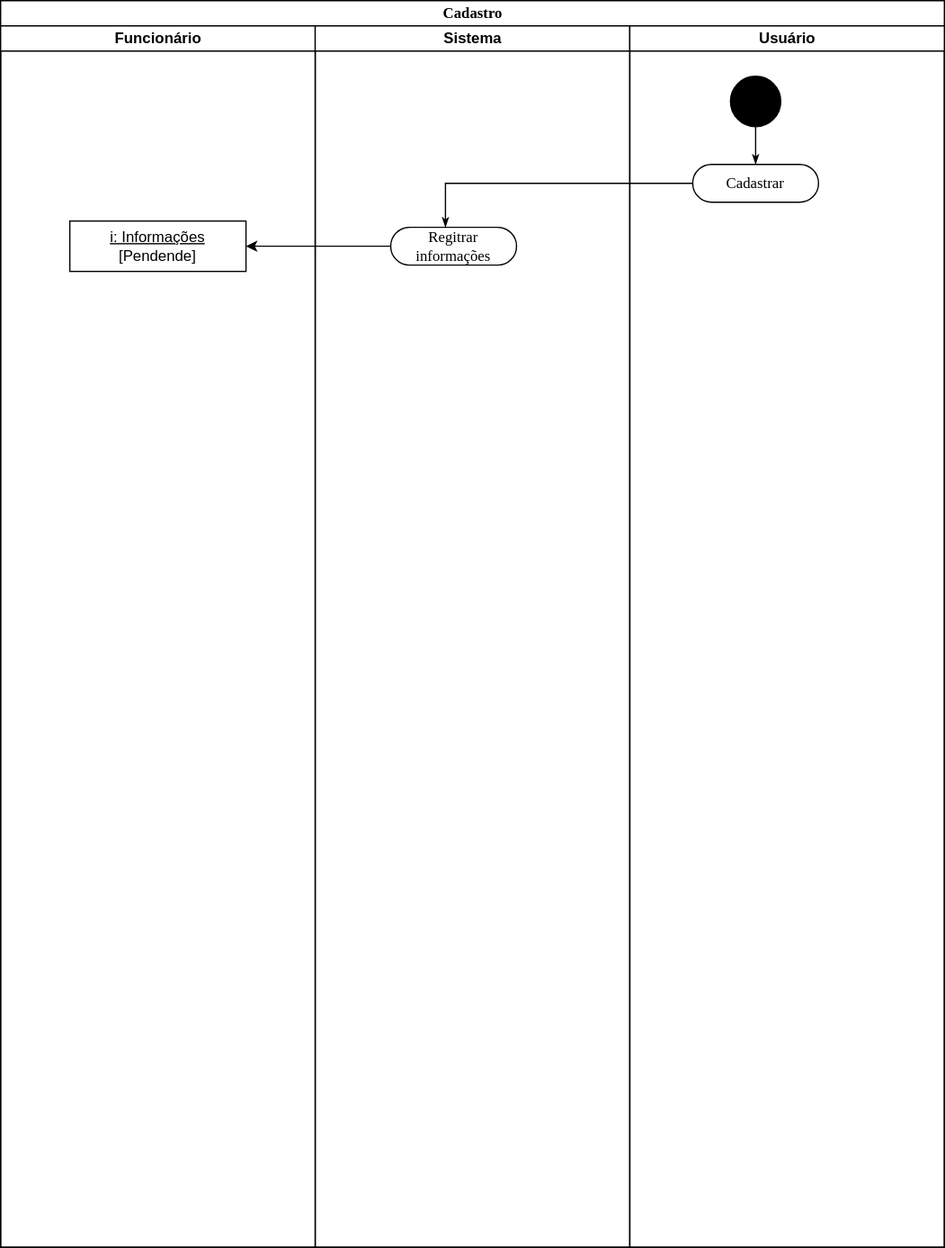
Above: Atividades/Atividade_1.svg in JesCat16/Projeto01_Modelagem_De_Software (draw.io), before the change. Source tidied: cells renumbered, new cells last; positions are measured from the earlier drawing's top-left corner, leaving out a move shared by most shapes.
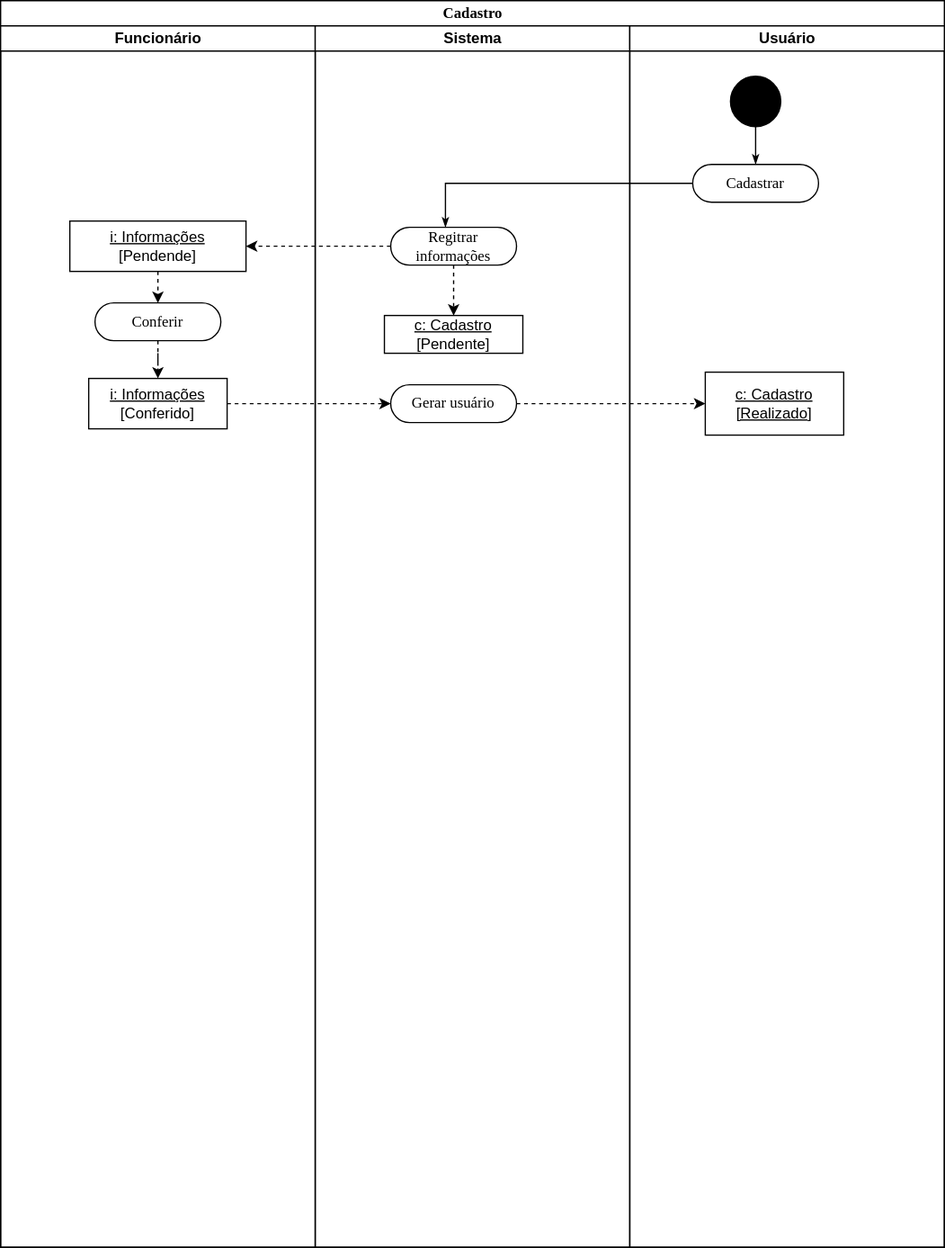
The same file after the commit.

What changed in the source:
```diff
@@ -11,12 +11,40 @@
     <mxCell id="4" value="&lt;u&gt;i: Informações&lt;/u&gt;&lt;div&gt;[Pendende]&lt;/div&gt;" style="shape=rect;html=1;whiteSpace=wrap;align=center;" parent="3" vertex="1">
       <mxGeometry x="55" y="155" width="140" height="40" as="geometry" />
     </mxCell>
+    <mxCell id="13" style="edgeStyle=orthogonalEdgeStyle;rounded=0;jettySize=auto;html=1;exitX=0.5;exitY=1;exitDx=0;exitDy=0;dashed=1;" parent="3" edge="1" source="4">
+      <mxGeometry relative="1" as="geometry">
+        <mxPoint x="125" y="220" as="targetPoint" />
+      </mxGeometry>
+    </mxCell>
+    <mxCell id="14" value="Conferir" style="rounded=1;whiteSpace=wrap;html=1;shadow=0;comic=0;labelBackgroundColor=none;strokeWidth=1;fontFamily=Verdana;fontSize=12;align=center;arcSize=50;" parent="3" vertex="1">
+      <mxGeometry x="75" y="220" width="100" height="30" as="geometry" />
+    </mxCell>
+    <mxCell id="15" style="edgeStyle=orthogonalEdgeStyle;rounded=0;jettySize=auto;html=1;exitX=1;exitY=0.5;exitDx=0;exitDy=0;dashed=1;" parent="3" edge="1" source="16">
+      <mxGeometry relative="1" as="geometry">
+        <mxPoint x="310" y="300" as="targetPoint" />
+      </mxGeometry>
+    </mxCell>
+    <mxCell id="16" value="&lt;u&gt;i: Informações&lt;/u&gt;&lt;div&gt;[Conferido]&lt;/div&gt;" style="html=1;whiteSpace=wrap;" parent="3" vertex="1">
+      <mxGeometry x="70" y="280" width="110" height="40" as="geometry" />
+    </mxCell>
+    <mxCell id="17" style="edgeStyle=orthogonalEdgeStyle;rounded=0;jettySize=auto;html=1;exitX=0.5;exitY=1;exitDx=0;exitDy=0;dashed=1;" parent="3" edge="1" source="14" target="16">
+      <mxGeometry relative="1" as="geometry" />
+    </mxCell>
     <mxCell id="5" value="Sistema" style="swimlane;html=1;startSize=20;" parent="2" vertex="1">
       <mxGeometry x="250" y="20" width="250" height="970" as="geometry" />
     </mxCell>
     <mxCell id="6" value="Regitrar informações" style="rounded=1;whiteSpace=wrap;html=1;shadow=0;comic=0;labelBackgroundColor=none;strokeWidth=1;fontFamily=Verdana;fontSize=12;align=center;arcSize=50;" parent="5" vertex="1">
       <mxGeometry x="60" y="160" width="100" height="30" as="geometry" />
     </mxCell>
+    <mxCell id="18" value="Gerar usuário" style="rounded=1;whiteSpace=wrap;html=1;shadow=0;comic=0;labelBackgroundColor=none;strokeWidth=1;fontFamily=Verdana;fontSize=12;align=center;arcSize=50;" parent="5" vertex="1">
+      <mxGeometry x="60" y="285" width="100" height="30" as="geometry" />
+    </mxCell>
+    <mxCell id="19" value="&lt;u&gt;c: Cadastro&lt;/u&gt;&lt;div&gt;[Pendente]&lt;/div&gt;" style="html=1;whiteSpace=wrap;" parent="5" vertex="1">
+      <mxGeometry x="55" y="230" width="110" height="30" as="geometry" />
+    </mxCell>
+    <mxCell id="20" style="edgeStyle=orthogonalEdgeStyle;rounded=0;jettySize=auto;html=1;exitX=0.5;exitY=1;exitDx=0;exitDy=0;dashed=1;" parent="5" edge="1" source="6" target="19">
+      <mxGeometry relative="1" as="geometry" />
+    </mxCell>
     <mxCell id="7" value="Usuário" style="swimlane;html=1;startSize=20;" parent="2" vertex="1">
       <mxGeometry x="500" y="20" width="250" height="970" as="geometry" />
     </mxCell>
@@ -29,6 +57,9 @@
     <mxCell id="10" value="Cadastrar" style="rounded=1;whiteSpace=wrap;html=1;shadow=0;comic=0;labelBackgroundColor=none;strokeWidth=1;fontFamily=Verdana;fontSize=12;align=center;arcSize=50;" parent="7" vertex="1">
       <mxGeometry x="50" y="110" width="100" height="30" as="geometry" />
     </mxCell>
+    <mxCell id="21" value="&lt;u&gt;c: Cadastro&lt;/u&gt;&lt;div&gt;&lt;u&gt;[Realizado]&lt;/u&gt;&lt;/div&gt;" style="html=1;whiteSpace=wrap;" parent="7" vertex="1">
+      <mxGeometry x="60" y="275" width="110" height="50" as="geometry" />
+    </mxCell>
     <mxCell id="11" style="edgeStyle=orthogonalEdgeStyle;rounded=0;html=1;entryX=0.5;entryY=0;labelBackgroundColor=none;startArrow=none;startFill=0;startSize=5;endArrow=classicThin;endFill=1;endSize=5;jettySize=auto;strokeWidth=1;fontFamily=Verdana;fontSize=12;" parent="2" edge="1" source="10">
       <mxGeometry relative="1" as="geometry">
         <mxPoint x="353.5" y="180" as="targetPoint" />
@@ -37,10 +68,13 @@
         </Array>
       </mxGeometry>
     </mxCell>
-    <mxCell id="12" style="edgeStyle=orthogonalEdgeStyle;rounded=0;jettySize=auto;html=1;exitX=0;exitY=0.5;exitDx=0;exitDy=0;" parent="2" edge="1" source="6">
+    <mxCell id="12" style="edgeStyle=orthogonalEdgeStyle;rounded=0;jettySize=auto;html=1;exitX=0;exitY=0.5;exitDx=0;exitDy=0;dashed=1;" parent="2" edge="1" source="6">
       <mxGeometry relative="1" as="geometry">
         <mxPoint x="195" y="195" as="targetPoint" />
       </mxGeometry>
     </mxCell>
+    <mxCell id="22" style="edgeStyle=orthogonalEdgeStyle;rounded=0;jettySize=auto;html=1;exitX=1;exitY=0.5;exitDx=0;exitDy=0;dashed=1;" parent="2" edge="1" source="18" target="21">
+      <mxGeometry relative="1" as="geometry" />
+    </mxCell>
   </root>
 </mxGraphModel>
```
